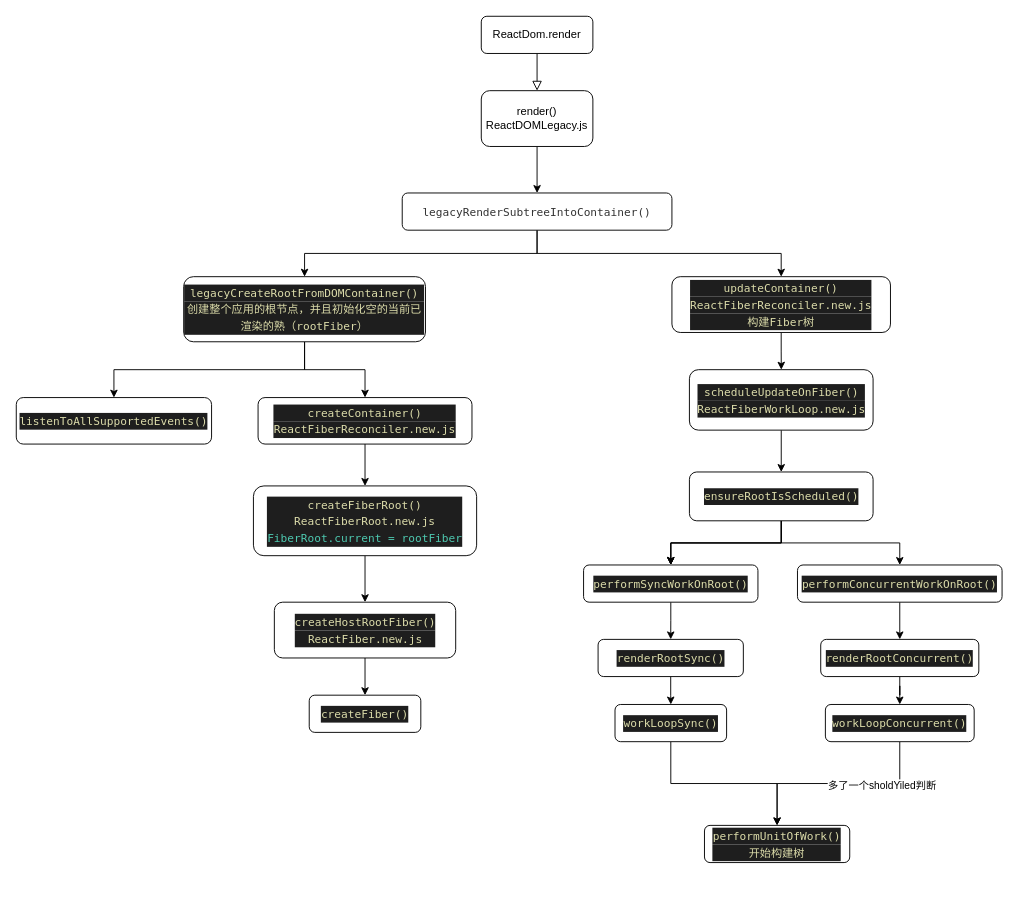
Above: page "render调用关系" (1 of 2) of Untitled Diagram.drawio in damoOnly/school (draw.io), before the change. Source tidied: cells renumbered, new cells numbered last; positions are measured from the earlier drawing's top-left corner, leaving out a move shared by most shapes. Both pictures are drawn from the tidied source at 93%, with x=0, y=0 at pixel (16, 16).
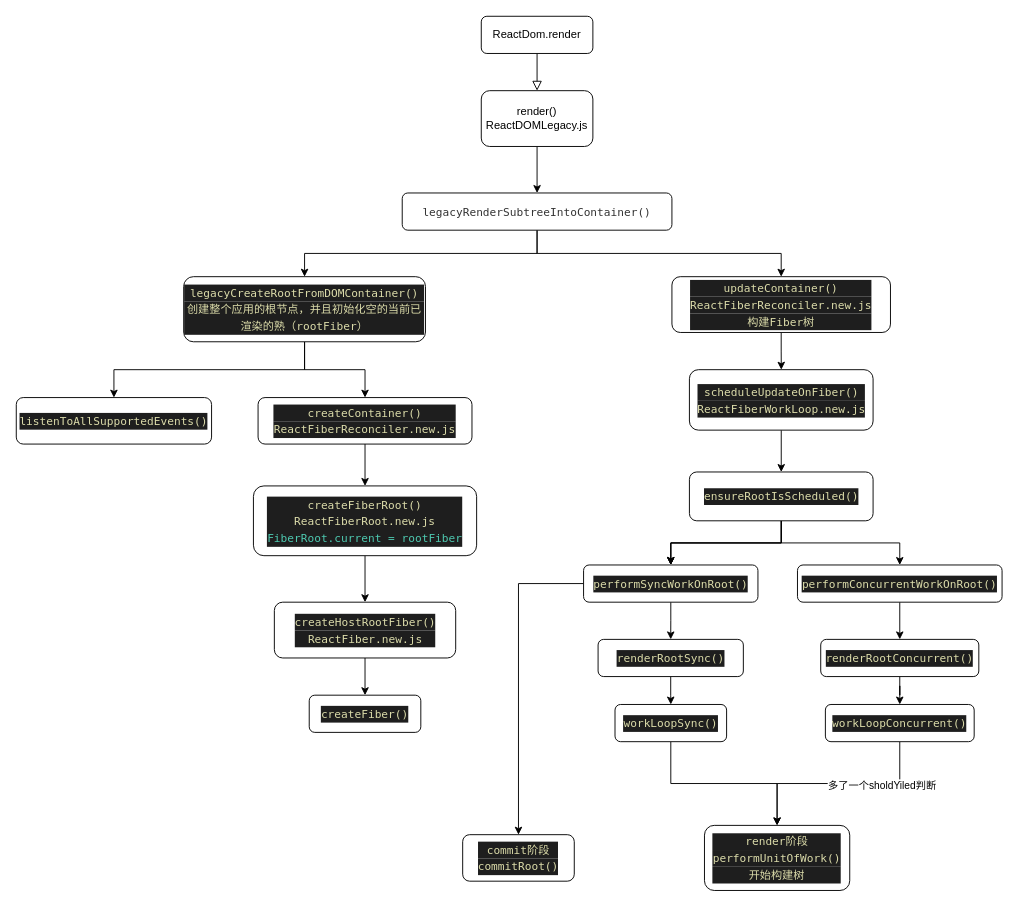
The same diagram, later.

Unchanged cells that the change refers to:
```xml
<mxCell id="30" value="&lt;div style=&quot;color: rgb(212 , 212 , 212) ; background-color: rgb(30 , 30 , 30) ; font-family: &amp;#34;menlo&amp;#34; , &amp;#34;monaco&amp;#34; , &amp;#34;courier new&amp;#34; , monospace ; line-height: 18px&quot;&gt;&lt;span style=&quot;color: #dcdcaa&quot;&gt;performSyncWorkOnRoot()&lt;/span&gt;&lt;/div&gt;" style="whiteSpace=wrap;html=1;rounded=1;" parent="1" vertex="1">
  <mxGeometry x="610" y="590" width="187.5" height="40" as="geometry" />
</mxCell>
```

The edit, as a diff of the source:
```diff
@@
+    <mxCell id="43" style="edgeStyle=orthogonalEdgeStyle;rounded=0;jettySize=auto;html=1;" parent="1" edge="1" source="30" target="44">
+      <mxGeometry relative="1" as="geometry" />
+    </mxCell>
@@
-    <mxCell id="37" value="&lt;div style=&quot;color: rgb(212 , 212 , 212) ; background-color: rgb(30 , 30 , 30) ; font-family: &amp;#34;menlo&amp;#34; , &amp;#34;monaco&amp;#34; , &amp;#34;courier new&amp;#34; , monospace ; line-height: 18px&quot;&gt;&lt;span style=&quot;color: #dcdcaa&quot;&gt;performUnitOfWork()&lt;/span&gt;&lt;/div&gt;&lt;div style=&quot;background-color: rgb(30 , 30 , 30) ; font-family: &amp;#34;menlo&amp;#34; , &amp;#34;monaco&amp;#34; , &amp;#34;courier new&amp;#34; , monospace ; line-height: 18px&quot;&gt;&lt;font color=&quot;#dcdcaa&quot;&gt;开始构建树&lt;/font&gt;&lt;/div&gt;" style="whiteSpace=wrap;html=1;rounded=1;" parent="1" vertex="1">
-      <mxGeometry x="740" y="870" width="156.2" height="40" as="geometry" />
+    <mxCell id="37" value="&lt;div style=&quot;background-color: rgb(30 , 30 , 30) ; font-family: &amp;#34;menlo&amp;#34; , &amp;#34;monaco&amp;#34; , &amp;#34;courier new&amp;#34; , monospace ; line-height: 18px&quot;&gt;&lt;font color=&quot;#dcdcaa&quot;&gt;render阶段&lt;/font&gt;&lt;/div&gt;&lt;div style=&quot;color: rgb(212 , 212 , 212) ; background-color: rgb(30 , 30 , 30) ; font-family: &amp;#34;menlo&amp;#34; , &amp;#34;monaco&amp;#34; , &amp;#34;courier new&amp;#34; , monospace ; line-height: 18px&quot;&gt;&lt;span style=&quot;color: #dcdcaa&quot;&gt;performUnitOfWork()&lt;/span&gt;&lt;/div&gt;&lt;div style=&quot;background-color: rgb(30 , 30 , 30) ; font-family: &amp;#34;menlo&amp;#34; , &amp;#34;monaco&amp;#34; , &amp;#34;courier new&amp;#34; , monospace ; line-height: 18px&quot;&gt;&lt;font color=&quot;#dcdcaa&quot;&gt;开始构建树&lt;/font&gt;&lt;/div&gt;" style="whiteSpace=wrap;html=1;rounded=1;" parent="1" vertex="1">
+      <mxGeometry x="740" y="870" width="156.2" height="70" as="geometry" />
     </mxCell>
@@
+    <mxCell id="44" value="&lt;div style=&quot;background-color: rgb(30 , 30 , 30) ; font-family: &amp;#34;menlo&amp;#34; , &amp;#34;monaco&amp;#34; , &amp;#34;courier new&amp;#34; , monospace ; line-height: 18px&quot;&gt;&lt;font color=&quot;#dcdcaa&quot;&gt;commit阶段&lt;/font&gt;&lt;/div&gt;&lt;div style=&quot;color: rgb(212 , 212 , 212) ; background-color: rgb(30 , 30 , 30) ; font-family: &amp;#34;menlo&amp;#34; , &amp;#34;monaco&amp;#34; , &amp;#34;courier new&amp;#34; , monospace ; line-height: 18px&quot;&gt;&lt;span style=&quot;color: #dcdcaa&quot;&gt;commitRoot()&lt;/span&gt;&lt;/div&gt;" style="rounded=1;whiteSpace=wrap;html=1;" parent="1" vertex="1">
+      <mxGeometry x="480" y="880" width="120" height="50" as="geometry" />
+    </mxCell>
```
